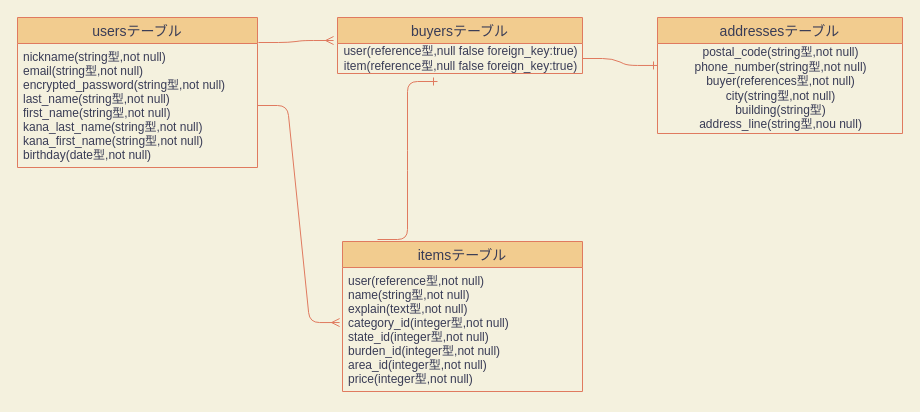
Before: er.dio in techyuri/furima-36767, a draw.io diagram. Source tidied: cells renumbered, new cells numbered last; positions are measured from the earlier drawing's top-left corner, leaving out a move shared by most shapes. Both pictures are drawn from the tidied source at 100%, with x=0, y=0 at pixel (17, 17).
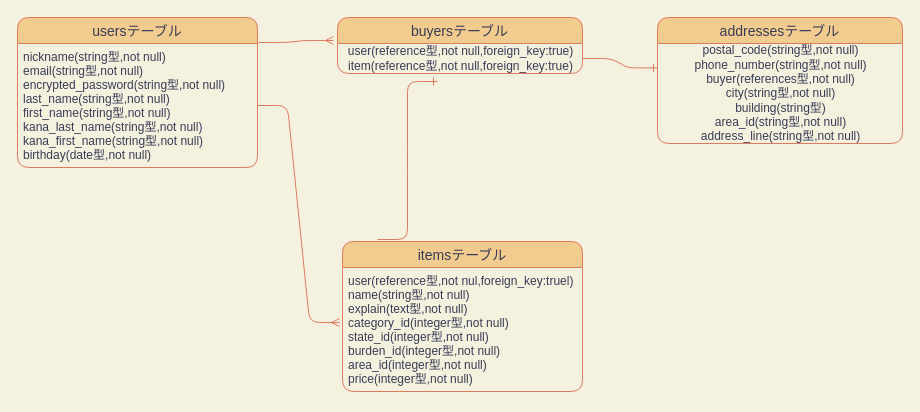
Above is the later version.

Commit message (it also covers changes not shown here):
データベースの設計 訂正①

The edit, as a diff of the source:
```diff
@@
 <mxGraphModel background="#F4F1DE">
   <root>
     <mxCell id="0" />
     <mxCell id="1" parent="0" />
-    <mxCell id="2" value="usersテーブル" style="swimlane;fontStyle=0;horizontal=1;startSize=26;align=center;fontSize=14;fillColor=#F2CC8F;strokeColor=#E07A5F;fontColor=#393C56;" parent="1" vertex="1">
+    <mxCell id="2" value="usersテーブル" style="swimlane;fontStyle=0;horizontal=1;startSize=26;align=center;fontSize=14;fillColor=#F2CC8F;strokeColor=#E07A5F;fontColor=#393C56;rounded=1;" parent="1" vertex="1">
       <mxGeometry width="240" height="150" as="geometry" />
     </mxCell>
-    <mxCell id="3" value="nickname(string型,not null)&#10;email(string型,not null)&#10;encrypted_password(string型,not null)&#10;last_name(string型,not null)&#10;first_name(string型,not null)&#10;kana_last_name(string型,not null)&#10;kana_first_name(string型,not null)&#10;birthday(date型,not null)" style="text;strokeColor=none;fillColor=none;spacingLeft=4;spacingRight=4;overflow=hidden;points=[[0,0.5],[1,0.5]];portConstraint=eastwest;fontSize=12;fontColor=#393C56;" parent="2" vertex="1">
+    <mxCell id="3" value="nickname(string型,not null)&#10;email(string型,not null)&#10;encrypted_password(string型,not null)&#10;last_name(string型,not null)&#10;first_name(string型,not null)&#10;kana_last_name(string型,not null)&#10;kana_first_name(string型,not null)&#10;birthday(date型,not null)" style="text;strokeColor=none;fillColor=none;spacingLeft=4;spacingRight=4;overflow=hidden;points=[[0,0.5],[1,0.5]];portConstraint=eastwest;fontSize=12;fontColor=#393C56;rounded=1;" parent="2" vertex="1">
       <mxGeometry y="26" width="240" height="124" as="geometry" />
     </mxCell>
-    <mxCell id="4" value="itemsテーブル" style="swimlane;fontStyle=0;horizontal=1;startSize=26;align=center;fontSize=14;fillColor=#F2CC8F;strokeColor=#E07A5F;fontColor=#393C56;" parent="1" vertex="1">
+    <mxCell id="4" value="itemsテーブル" style="swimlane;fontStyle=0;horizontal=1;startSize=26;align=center;fontSize=14;fillColor=#F2CC8F;strokeColor=#E07A5F;fontColor=#393C56;rounded=1;" parent="1" vertex="1">
       <mxGeometry x="325" y="224" width="240" height="150" as="geometry" />
     </mxCell>
-    <mxCell id="5" value="user(reference型,not null)&#10;name(string型,not null)&#10;explain(text型,not null)&#10;category_id(integer型,not null)&#10;state_id(integer型,not null)&#10;burden_id(integer型,not null)&#10;area_id(integer型,not null)&#10;price(integer型,not null)" style="text;strokeColor=none;fillColor=none;spacingLeft=4;spacingRight=4;overflow=hidden;points=[[0,0.5],[1,0.5]];portConstraint=eastwest;fontSize=12;fontColor=#393C56;" parent="4" vertex="1">
+    <mxCell id="5" value="user(reference型,not nul,foreign_key:truel)&#10;name(string型,not null)&#10;explain(text型,not null)&#10;category_id(integer型,not null)&#10;state_id(integer型,not null)&#10;burden_id(integer型,not null)&#10;area_id(integer型,not null)&#10;price(integer型,not null)" style="text;strokeColor=none;fillColor=none;spacingLeft=4;spacingRight=4;overflow=hidden;points=[[0,0.5],[1,0.5]];portConstraint=eastwest;fontSize=12;fontColor=#393C56;rounded=1;" parent="4" vertex="1">
       <mxGeometry y="26" width="240" height="124" as="geometry" />
     </mxCell>
-    <mxCell id="6" value="buyersテーブル" style="swimlane;fontStyle=0;horizontal=1;startSize=26;align=center;fontSize=14;fillColor=#F2CC8F;strokeColor=#E07A5F;fontColor=#393C56;" parent="1" vertex="1">
+    <mxCell id="6" value="buyersテーブル" style="swimlane;fontStyle=0;horizontal=1;startSize=26;align=center;fontSize=14;fillColor=#F2CC8F;strokeColor=#E07A5F;fontColor=#393C56;rounded=1;" parent="1" vertex="1">
       <mxGeometry x="320" width="245" height="56" as="geometry" />
     </mxCell>
-    <mxCell id="7" value="user(reference型,null false foreign_key:true)&lt;br&gt;item(reference型,null false foreign_key:true)&lt;br&gt;" style="text;html=1;align=center;verticalAlign=middle;points=[];fontColor=#393C56;" parent="6" vertex="1">
+    <mxCell id="7" value="user(reference型,not null,foreign_key:true)&lt;br&gt;item(reference型,not null,foreign_key:true)" style="text;html=1;align=center;verticalAlign=middle;points=[];fontColor=#393C56;rounded=1;" parent="6" vertex="1">
       <mxGeometry y="26" width="245" height="30" as="geometry" />
     </mxCell>
-    <mxCell id="8" value="addressesテーブル" style="swimlane;fontStyle=0;horizontal=1;startSize=26;align=center;fontSize=14;fillColor=#F2CC8F;strokeColor=#E07A5F;fontColor=#393C56;" parent="1" vertex="1">
-      <mxGeometry x="640" width="245" height="116" as="geometry" />
+    <mxCell id="8" value="addressesテーブル" style="swimlane;fontStyle=0;horizontal=1;startSize=26;align=center;fontSize=14;fillColor=#F2CC8F;strokeColor=#E07A5F;fontColor=#393C56;rounded=1;" parent="1" vertex="1">
+      <mxGeometry x="640" width="245" height="126" as="geometry" />
     </mxCell>
-    <mxCell id="9" value="postal_code(string型,not null)&lt;br&gt;phone_number(string型,not null)&lt;br&gt;buyer(references型,not null)&lt;br&gt;city(string型,not null)&lt;br&gt;building(string型)&lt;br&gt;address_line(string型,nou null)&lt;br&gt;" style="text;html=1;align=center;verticalAlign=middle;points=[];strokeColor=none;fontColor=#393C56;" parent="8" vertex="1">
-      <mxGeometry y="26" width="245" height="90" as="geometry" />
+    <mxCell id="9" value="postal_code(string型,not null)&lt;br&gt;phone_number(string型,not null)&lt;br&gt;buyer(references型,not null)&lt;br&gt;city(string型,not null)&lt;br&gt;building(string型)&lt;br&gt;area_id(string型,not null)&lt;br&gt;address_line(string型,not null)" style="text;html=1;align=center;verticalAlign=middle;points=[];strokeColor=none;fontColor=#393C56;rounded=1;" parent="8" vertex="1">
+      <mxGeometry y="26" width="245" height="100" as="geometry" />
     </mxCell>
-    <mxCell id="10" style="edgeStyle=entityRelationEdgeStyle;fontSize=12;html=1;endArrow=ERmany;entryX=-0.012;entryY=0.444;entryDx=0;entryDy=0;entryPerimeter=0;labelBackgroundColor=#F4F1DE;strokeColor=#E07A5F;fontColor=#393C56;" parent="1" edge="1" source="3" target="5">
+    <mxCell id="10" style="edgeStyle=entityRelationEdgeStyle;fontSize=12;html=1;endArrow=ERmany;entryX=-0.012;entryY=0.444;entryDx=0;entryDy=0;entryPerimeter=0;strokeColor=#E07A5F;fontColor=#393C56;labelBackgroundColor=#F4F1DE;" parent="1" edge="1" source="3" target="5">
       <mxGeometry relative="1" as="geometry" />
     </mxCell>
-    <mxCell id="11" style="edgeStyle=entityRelationEdgeStyle;fontSize=12;html=1;endArrow=ERmany;entryX=-0.016;entryY=-0.1;entryDx=0;entryDy=0;entryPerimeter=0;exitX=1.004;exitY=-0.008;exitDx=0;exitDy=0;exitPerimeter=0;labelBackgroundColor=#F4F1DE;strokeColor=#E07A5F;fontColor=#393C56;" parent="1" edge="1" source="3" target="7">
+    <mxCell id="11" style="edgeStyle=entityRelationEdgeStyle;fontSize=12;html=1;endArrow=ERmany;entryX=-0.016;entryY=-0.1;entryDx=0;entryDy=0;entryPerimeter=0;exitX=1.004;exitY=-0.008;exitDx=0;exitDy=0;exitPerimeter=0;strokeColor=#E07A5F;fontColor=#393C56;labelBackgroundColor=#F4F1DE;" parent="1" edge="1" source="3" target="7">
       <mxGeometry relative="1" as="geometry" />
     </mxCell>
-    <mxCell id="12" style="edgeStyle=entityRelationEdgeStyle;fontSize=12;html=1;endArrow=ERone;endFill=1;entryX=0;entryY=0.244;entryDx=0;entryDy=0;entryPerimeter=0;labelBackgroundColor=#F4F1DE;strokeColor=#E07A5F;fontColor=#393C56;" parent="1" edge="1" source="7" target="9">
+    <mxCell id="12" style="edgeStyle=entityRelationEdgeStyle;fontSize=12;html=1;endArrow=ERone;endFill=1;entryX=0;entryY=0.244;entryDx=0;entryDy=0;entryPerimeter=0;strokeColor=#E07A5F;fontColor=#393C56;labelBackgroundColor=#F4F1DE;" parent="1" edge="1" source="7" target="9">
       <mxGeometry relative="1" as="geometry" />
     </mxCell>
-    <mxCell id="13" style="edgeStyle=entityRelationEdgeStyle;fontSize=12;html=1;endArrow=ERone;endFill=1;labelBackgroundColor=#F4F1DE;strokeColor=#E07A5F;fontColor=#393C56;" parent="1" edge="1">
+    <mxCell id="13" style="edgeStyle=entityRelationEdgeStyle;fontSize=12;html=1;endArrow=ERone;endFill=1;strokeColor=#E07A5F;fontColor=#393C56;labelBackgroundColor=#F4F1DE;" parent="1" edge="1">
       <mxGeometry relative="1" as="geometry">
         <mxPoint x="360" y="222" as="sourcePoint" />
         <mxPoint x="420" y="64" as="targetPoint" />
       </mxGeometry>
     </mxCell>
   </root>
 </mxGraphModel>
```
